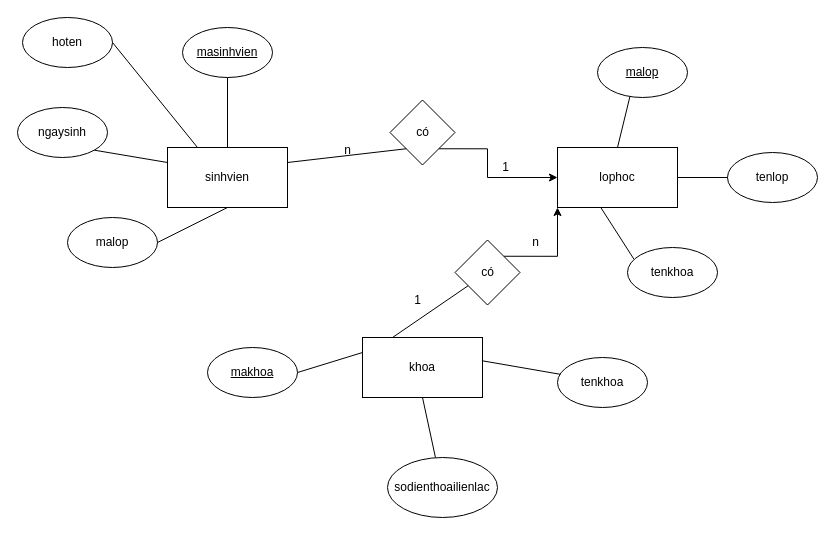
thieu879/CSDL-MySQL- keeps this draw.io diagram as ss1/Bt6.drawio. Above is the earlier version. Source tidied: cells renumbered, new cells numbered last; positions are measured from the earlier drawing's top-left corner, leaving out a move shared by most shapes. Both pictures are drawn from the tidied source at 100%, with x=0, y=0 at pixel (17, 17).
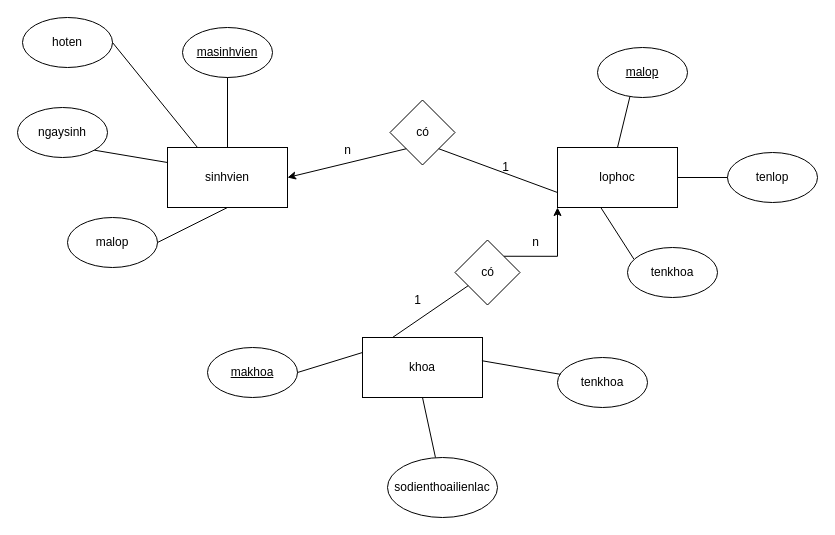
Above is the later version.

The change refers to these unchanged cells:
```xml
<mxCell id="3" value="lophoc" style="rounded=0;whiteSpace=wrap;html=1;" parent="1" vertex="1">
  <mxGeometry x="540" y="130" width="120" height="60" as="geometry" />
</mxCell>
<mxCell id="4" value="sinhvien" style="rounded=0;whiteSpace=wrap;html=1;" parent="1" vertex="1">
  <mxGeometry x="150" y="130" width="120" height="60" as="geometry" />
</mxCell>
<mxCell id="28" value="có" style="rhombus;whiteSpace=wrap;html=1;direction=south;" parent="1" vertex="1">
  <mxGeometry x="372.5" y="82.5" width="65" height="65" as="geometry" />
</mxCell>
```

Diff of the diagram source:
```diff
@@
-    <mxCell id="27" style="edgeStyle=orthogonalEdgeStyle;rounded=0;jettySize=auto;html=1;exitX=1;exitY=0;exitDx=0;exitDy=0;entryX=0;entryY=0.5;entryDx=0;entryDy=0;" parent="1" edge="1" source="28" target="3">
-      <mxGeometry relative="1" as="geometry">
-        <Array as="points">
-          <mxPoint x="470" y="131" />
-          <mxPoint x="470" y="160" />
-        </Array>
-      </mxGeometry>
-    </mxCell>
@@
-    <mxCell id="30" style="endArrow=none;html=1;rounded=0;exitX=1;exitY=0.25;exitDx=0;exitDy=0;entryX=1;entryY=1;entryDx=0;entryDy=0;" parent="1" edge="1" source="4" target="28">
-      <mxGeometry relative="1" as="geometry" />
-    </mxCell>
@@
+    <mxCell id="27" style="endArrow=none;html=1;rounded=0;entryX=0;entryY=0.75;entryDx=0;entryDy=0;exitX=1;exitY=0;exitDx=0;exitDy=0;" parent="1" edge="1" source="28" target="3">
+      <mxGeometry relative="1" as="geometry" />
+    </mxCell>
+    <mxCell id="35" style="endArrow=classic;html=1;rounded=0;exitX=1;exitY=1;exitDx=0;exitDy=0;entryX=1;entryY=0.5;entryDx=0;entryDy=0;" parent="1" edge="1" source="28" target="4">
+      <mxGeometry relative="1" as="geometry" />
+    </mxCell>
```
